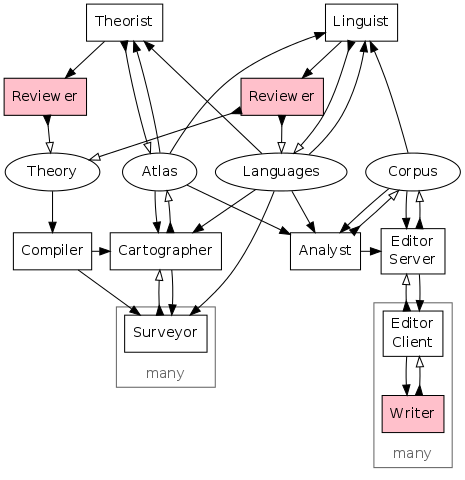
fritzo/pomagma keeps this Graphviz diagram as doc/architecture.png. Above is the earlier version. Its source is kept beside it as doc/architecture.dot.
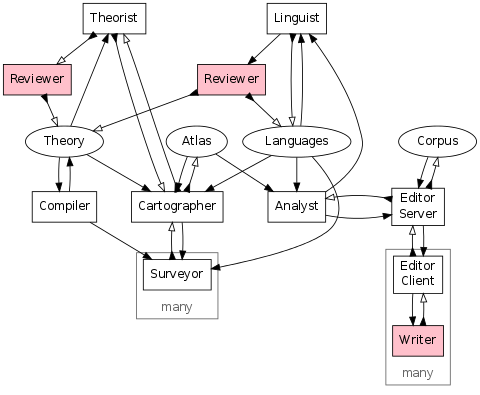
After the change.

Commit message:
Update architecture diagram to reflect cartographer

Change to the diagram source:
```diff
@@ -5,16 +5,19 @@
 
 
 
-    Theorist;
-    Linguist;
     {
-        rank="same";
+        rank="min";
+        Theorist;
+        Linguist;
+    }
+    {
         node [style=filled, fillcolor=pink];
         TheoryReviewer [label="Reviewer"];
         LanguagesReviewer [label="Reviewer"];
     }
     {
         node [shape=ellipse];
+        rank = "same";
         Languages;
         Theory;
         Atlas;
@@ -22,9 +25,10 @@
     }
     Compiler;
     {
-        rank="same";
+        rank = "same";
+        Cartographer;
         Analyst;
-        EditorServer [label="Editor\nServer"];
+    EditorServer [label="Editor\nServer"];
     }
 
     subgraph cluster_survey {
@@ -46,54 +50,46 @@
         labelloc = "b";
     }
 
-    { rank="min"; Linguist; Theorist; }
-    { rank="same"; Languages; Theory; Atlas; Corpus; }
-    { rank="same"; Cartographer; Compiler; Analyst; }
-
 
     edge [dir=forward arrowhead=normal]; // pull
     Theory -> Compiler;
     Compiler -> Surveyor;
-    Compiler -> Cartographer;
+    Compiler -> Theory;
 
     edge [dir=forward arrowhead=normal]; // pull
+    Theory -> Cartographer;
     Atlas -> Cartographer;
+    Theory -> Theorist;
     Languages -> Cartographer;
     Languages -> Surveyor;
     Cartographer -> Surveyor;
     edge [dir=both arrowtail=inv arrowhead=empty]; // push
     Surveyor -> Cartographer;
     Cartographer -> Atlas;
+    Cartographer -> Theorist;
+    TheoryReviewer -> Theory;
+    Theorist -> Cartographer;
+    Theorist -> TheoryReviewer;
 
     edge [dir=forward arrowhead=normal]; // pull
     Atlas -> Analyst;
     Languages -> Analyst;
-    Corpus -> Analyst;
     Corpus -> EditorServer;
     Analyst -> EditorServer;
     EditorServer -> EditorClient;
     EditorClient -> Writer;
     edge [dir=both arrowtail=inv arrowhead=empty]; // push
-    Analyst -> Corpus;
     EditorServer -> Corpus;
+    EditorServer -> Analyst;
     EditorClient -> EditorServer;
     Writer -> EditorClient;
 
     edge [dir=forward arrowhead=normal]; // pull
-    Corpus -> Linguist;
-    Atlas -> Linguist;
+    Analyst -> Linguist;
     Languages -> Linguist;
     Linguist -> LanguagesReviewer;
     edge [dir=both arrowtail=inv arrowhead=empty]; // push
     Linguist -> Languages;
     LanguagesReviewer -> Languages;
     LanguagesReviewer -> Theory;
-
-    edge [dir=forward arrowhead=normal]; // pull
-    Atlas -> Theorist;
-    Languages ->  Theorist;
-    Theorist -> TheoryReviewer;
-    edge [dir=both arrowtail=inv arrowhead=empty]; // push
-    TheoryReviewer -> Theory;
-    Theorist -> Atlas;
 }
```
